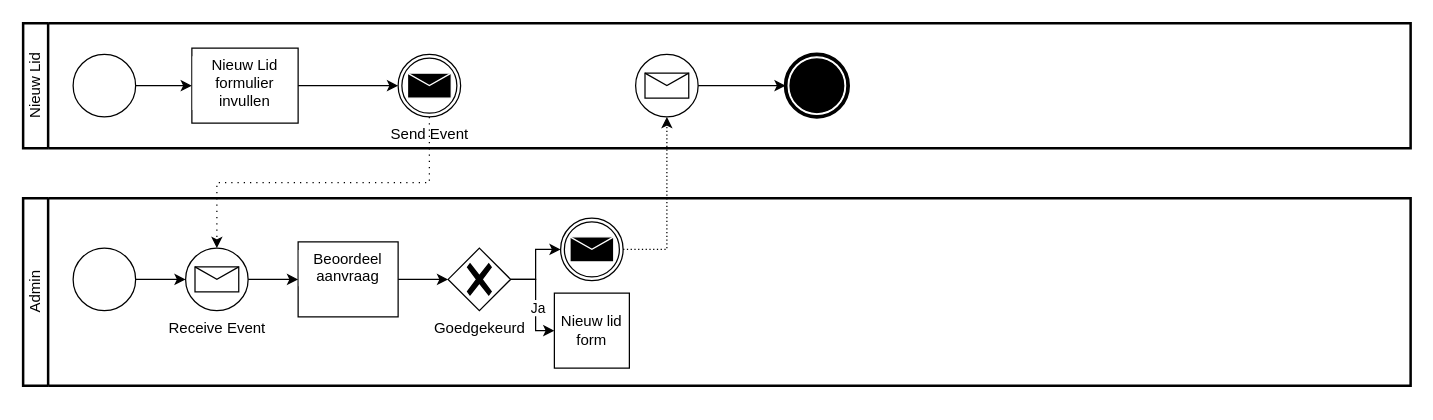
RV-Waarloos/rv-docs keeps this draw.io diagram as docs/architectuur/diagrams/new-clubmember.drawio. Above is the earlier version. Source tidied: cells renumbered, new cells numbered last; positions are measured from the earlier drawing's top-left corner, leaving out a move shared by most shapes. Both pictures are drawn from the tidied source at 125%, with x=0, y=0 at pixel (22, 22).
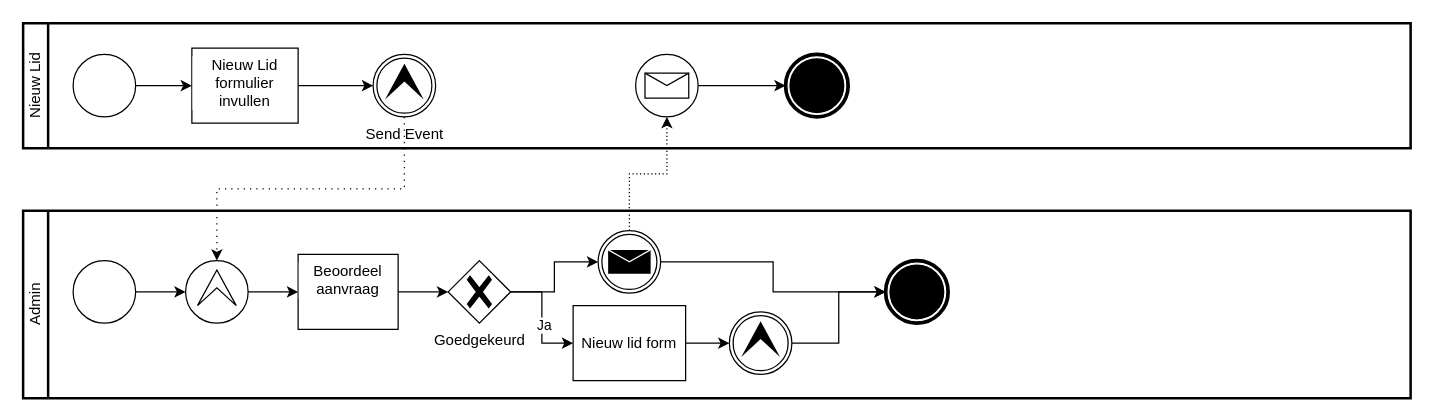
Above is the later version.

Unchanged cells that the change refers to:
```xml
<mxCell id="2" value="Nieuw Lid" style="swimlane;html=1;startSize=20;fontStyle=0;horizontal=0;swimlaneLine=1;swimlaneFillColor=#ffffff;strokeWidth=2;whiteSpace=wrap;" parent="1" vertex="1">
  <mxGeometry width="1110" height="100" as="geometry" />
</mxCell>
<mxCell id="9" style="points=[[0.145,0.145,0],[0.5,0,0],[0.855,0.145,0],[1,0.5,0],[0.855,0.855,0],[0.5,1,0],[0.145,0.855,0],[0,0.5,0]];shape=mxgraph.bpmn.event;html=1;verticalLabelPosition=bottom;labelBackgroundColor=#ffffff;verticalAlign=top;align=center;perimeter=ellipsePerimeter;outlineConnect=0;outline=standard;symbol=message;" parent="2" vertex="1">
  <mxGeometry x="490" y="25" width="50" height="50" as="geometry" />
</mxCell>
<mxCell id="15" style="points=[[0.145,0.145,0],[0.5,0,0],[0.855,0.145,0],[1,0.5,0],[0.855,0.855,0],[0.5,1,0],[0.145,0.855,0],[0,0.5,0]];shape=mxgraph.bpmn.event;html=1;verticalLabelPosition=bottom;labelBackgroundColor=#ffffff;verticalAlign=top;align=center;perimeter=ellipsePerimeter;outlineConnect=0;outline=standard;symbol=general;" parent="11" vertex="1">
  <mxGeometry x="40" y="40" width="50" height="50" as="geometry" />
</mxCell>
<mxCell id="17" value="Beoordeel aanvraag" style="whiteSpace=wrap;html=1;verticalAlign=top;labelBackgroundColor=#ffffff;" parent="11" vertex="1">
  <mxGeometry x="220" y="35" width="80" height="60" as="geometry" />
</mxCell>
```

The edit, as a diff of the source:
```diff
@@
-    <mxCell id="6" value="Send Event" style="points=[[0.145,0.145,0],[0.5,0,0],[0.855,0.145,0],[1,0.5,0],[0.855,0.855,0],[0.5,1,0],[0.145,0.855,0],[0,0.5,0]];shape=mxgraph.bpmn.event;html=1;verticalLabelPosition=bottom;labelBackgroundColor=#ffffff;verticalAlign=top;align=center;perimeter=ellipsePerimeter;outlineConnect=0;outline=throwing;symbol=message;" parent="2" vertex="1">
-      <mxGeometry x="300" y="25" width="50" height="50" as="geometry" />
-    </mxCell>
@@
+    <mxCell id="6" value="Send Event" style="points=[[0.145,0.145,0],[0.5,0,0],[0.855,0.145,0],[1,0.5,0],[0.855,0.855,0],[0.5,1,0],[0.145,0.855,0],[0,0.5,0]];shape=mxgraph.bpmn.event;html=1;verticalLabelPosition=bottom;labelBackgroundColor=#ffffff;verticalAlign=top;align=center;perimeter=ellipsePerimeter;outlineConnect=0;outline=throwing;symbol=escalation;" parent="2" vertex="1">
+      <mxGeometry x="280" y="25" width="50" height="50" as="geometry" />
+    </mxCell>
     <mxCell id="11" value="Admin" style="swimlane;html=1;startSize=20;fontStyle=0;horizontal=0;swimlaneLine=1;swimlaneFillColor=#ffffff;strokeWidth=2;whiteSpace=wrap;" parent="1" vertex="1">
-      <mxGeometry y="140" width="1110" height="150" as="geometry" />
+      <mxGeometry y="150" width="1110" height="150" as="geometry" />
     </mxCell>
-    <mxCell id="12" style="edgeStyle=orthogonalEdgeStyle;rounded=0;jettySize=auto;html=1;" parent="11" edge="1" source="13" target="17">
+    <mxCell id="12" style="edgeStyle=orthogonalEdgeStyle;rounded=0;jettySize=auto;html=1;exitX=1;exitY=0.5;exitDx=0;exitDy=0;exitPerimeter=0;" parent="11" edge="1" source="28" target="17">
       <mxGeometry relative="1" as="geometry" />
     </mxCell>
-    <mxCell id="13" value="Receive Event" style="points=[[0.145,0.145,0],[0.5,0,0],[0.855,0.145,0],[1,0.5,0],[0.855,0.855,0],[0.5,1,0],[0.145,0.855,0],[0,0.5,0]];shape=mxgraph.bpmn.event;html=1;verticalLabelPosition=bottom;labelBackgroundColor=#ffffff;verticalAlign=top;align=center;perimeter=ellipsePerimeter;outlineConnect=0;outline=standard;symbol=message;" parent="11" vertex="1">
-      <mxGeometry x="130" y="40" width="50" height="50" as="geometry" />
-    </mxCell>
-    <mxCell id="14" style="edgeStyle=orthogonalEdgeStyle;rounded=0;jettySize=auto;html=1;" parent="11" edge="1" source="15" target="13">
+    <mxCell id="14" style="edgeStyle=orthogonalEdgeStyle;rounded=0;jettySize=auto;html=1;entryX=0;entryY=0.5;entryDx=0;entryDy=0;entryPerimeter=0;" parent="11" edge="1" source="15" target="28">
       <mxGeometry relative="1" as="geometry" />
     </mxCell>
@@
     <mxCell id="22" style="points=[[0.145,0.145,0],[0.5,0,0],[0.855,0.145,0],[1,0.5,0],[0.855,0.855,0],[0.5,1,0],[0.145,0.855,0],[0,0.5,0]];shape=mxgraph.bpmn.event;html=1;verticalLabelPosition=bottom;labelBackgroundColor=#ffffff;verticalAlign=top;align=center;perimeter=ellipsePerimeter;outlineConnect=0;outline=throwing;symbol=message;" parent="11" vertex="1">
-      <mxGeometry x="430" y="16" width="50" height="50" as="geometry" />
+      <mxGeometry x="460" y="16" width="50" height="50" as="geometry" />
     </mxCell>
+    <mxCell id="26" style="edgeStyle=orthogonalEdgeStyle;rounded=0;jettySize=auto;html=1;entryX=0;entryY=0.5;entryDx=0;entryDy=0;entryPerimeter=0;" parent="11" edge="1" source="23" target="27">
+      <mxGeometry relative="1" as="geometry" />
+    </mxCell>
     <mxCell id="23" value="Nieuw lid form" style="whiteSpace=wrap;html=1;" parent="11" vertex="1">
-      <mxGeometry x="425" y="76" width="60" height="60" as="geometry" />
+      <mxGeometry x="440" y="76" width="90" height="60" as="geometry" />
     </mxCell>
+    <mxCell id="27" style="points=[[0.145,0.145,0],[0.5,0,0],[0.855,0.145,0],[1,0.5,0],[0.855,0.855,0],[0.5,1,0],[0.145,0.855,0],[0,0.5,0]];shape=mxgraph.bpmn.event;html=1;verticalLabelPosition=bottom;labelBackgroundColor=#ffffff;verticalAlign=top;align=center;perimeter=ellipsePerimeter;outlineConnect=0;outline=throwing;symbol=escalation;" parent="11" vertex="1">
+      <mxGeometry x="565" y="81" width="50" height="50" as="geometry" />
+    </mxCell>
+    <mxCell id="28" style="points=[[0.145,0.145,0],[0.5,0,0],[0.855,0.145,0],[1,0.5,0],[0.855,0.855,0],[0.5,1,0],[0.145,0.855,0],[0,0.5,0]];shape=mxgraph.bpmn.event;html=1;verticalLabelPosition=bottom;labelBackgroundColor=#ffffff;verticalAlign=top;align=center;perimeter=ellipsePerimeter;outlineConnect=0;outline=eventInt;symbol=escalation;" parent="11" vertex="1">
+      <mxGeometry x="130" y="40" width="50" height="50" as="geometry" />
+    </mxCell>
+    <mxCell id="29" style="points=[[0.145,0.145,0],[0.5,0,0],[0.855,0.145,0],[1,0.5,0],[0.855,0.855,0],[0.5,1,0],[0.145,0.855,0],[0,0.5,0]];shape=mxgraph.bpmn.event;html=1;verticalLabelPosition=bottom;labelBackgroundColor=#ffffff;verticalAlign=top;align=center;perimeter=ellipsePerimeter;outlineConnect=0;outline=end;symbol=terminate;" parent="11" vertex="1">
+      <mxGeometry x="690" y="40" width="50" height="50" as="geometry" />
+    </mxCell>
+    <mxCell id="30" style="edgeStyle=orthogonalEdgeStyle;rounded=0;jettySize=auto;html=1;entryX=0;entryY=0.5;entryDx=0;entryDy=0;entryPerimeter=0;" parent="11" edge="1" source="22" target="29">
+      <mxGeometry relative="1" as="geometry" />
+    </mxCell>
+    <mxCell id="31" style="edgeStyle=orthogonalEdgeStyle;rounded=0;jettySize=auto;html=1;entryX=0;entryY=0.5;entryDx=0;entryDy=0;entryPerimeter=0;" parent="11" edge="1" source="27" target="29">
+      <mxGeometry relative="1" as="geometry" />
+    </mxCell>
-    <mxCell id="24" style="edgeStyle=orthogonalEdgeStyle;rounded=0;jettySize=auto;html=1;dashed=1;dashPattern=1 4;exitX=0.5;exitY=1;exitDx=0;exitDy=0;exitPerimeter=0;" parent="1" edge="1" source="6" target="13">
+    <mxCell id="24" style="edgeStyle=orthogonalEdgeStyle;rounded=0;jettySize=auto;html=1;dashed=1;dashPattern=1 4;exitX=0.5;exitY=1;exitDx=0;exitDy=0;exitPerimeter=0;entryX=0.5;entryY=0;entryDx=0;entryDy=0;entryPerimeter=0;" parent="1" edge="1" source="6" target="28">
       <mxGeometry relative="1" as="geometry" />
     </mxCell>
-    <mxCell id="25" style="edgeStyle=orthogonalEdgeStyle;rounded=0;jettySize=auto;html=1;entryX=0.5;entryY=1;entryDx=0;entryDy=0;entryPerimeter=0;dashed=1;dashPattern=1 2;" parent="1" edge="1" source="22" target="9">
+    <mxCell id="25" style="edgeStyle=orthogonalEdgeStyle;rounded=0;jettySize=auto;html=1;entryX=0.5;entryY=1;entryDx=0;entryDy=0;entryPerimeter=0;dashed=1;dashPattern=1 2;exitX=0.5;exitY=0;exitDx=0;exitDy=0;exitPerimeter=0;" parent="1" edge="1" source="22" target="9">
       <mxGeometry relative="1" as="geometry" />
     </mxCell>
```
